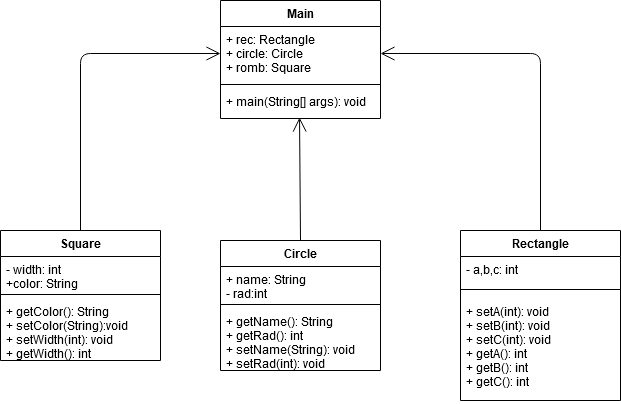
Earlier version of the draw.io export src/com/company/UML.png (Vadimochek/JavaPract). Source tidied: cells renumbered, new cells last; positions are measured from the earlier drawing's top-left corner, leaving out a move shared by most shapes. The source it was exported from:
```xml
<mxGraphModel>
  <root>
    <mxCell id="0" />
    <mxCell id="1" parent="0" />
    <mxCell id="2" value="Square" style="swimlane;fontStyle=1;align=center;verticalAlign=top;horizontal=1;startSize=26;" parent="1" vertex="1">
      <mxGeometry y="230" width="160" height="130" as="geometry" />
    </mxCell>
    <mxCell id="3" value="- width: int&#10;+color: String&#10;" style="text;strokeColor=none;fillColor=none;align=left;verticalAlign=top;spacingLeft=4;spacingRight=4;overflow=hidden;" parent="2" vertex="1">
      <mxGeometry y="26" width="160" height="34" as="geometry" />
    </mxCell>
    <mxCell id="4" style="line;strokeWidth=1;fillColor=none;align=left;verticalAlign=middle;spacingTop=-1;spacingLeft=3;spacingRight=3;labelPosition=right;" parent="2" vertex="1">
      <mxGeometry y="60" width="160" height="8" as="geometry" />
    </mxCell>
    <mxCell id="5" value="+ getColor(): String&#10;+ setColor(String):void&#10;+ setWidth(int): void&#10;+ getWidth(): int&#10;" style="text;strokeColor=none;fillColor=none;align=left;verticalAlign=top;spacingLeft=4;spacingRight=4;overflow=hidden;points=[[0,0.5],[1,0.5]];portConstraint=eastwest;" parent="2" vertex="1">
      <mxGeometry y="68" width="160" height="62" as="geometry" />
    </mxCell>
    <mxCell id="6" value="Rectangle" style="swimlane;fontStyle=1;align=center;verticalAlign=top;horizontal=1;startSize=26;" parent="1" vertex="1">
      <mxGeometry x="460" y="230" width="160" height="170" as="geometry" />
    </mxCell>
    <mxCell id="7" value="- a,b,c: int" style="text;strokeColor=none;fillColor=none;align=left;verticalAlign=top;spacingLeft=4;spacingRight=4;overflow=hidden;" parent="6" vertex="1">
      <mxGeometry y="26" width="160" height="24" as="geometry" />
    </mxCell>
    <mxCell id="8" style="line;strokeWidth=1;fillColor=none;align=left;verticalAlign=middle;spacingTop=-1;spacingLeft=3;spacingRight=3;labelPosition=right;" parent="6" vertex="1">
      <mxGeometry y="50" width="160" height="18" as="geometry" />
    </mxCell>
    <mxCell id="9" value="+ setA(int): void&#10;+ setB(int): void&#10;+ setC(int): void&#10;+ getA(): int&#10;+ getB(): int&#10;+ getC(): int" style="text;strokeColor=none;fillColor=none;align=left;verticalAlign=top;spacingLeft=4;spacingRight=4;overflow=hidden;" parent="6" vertex="1">
      <mxGeometry y="68" width="160" height="102" as="geometry" />
    </mxCell>
    <mxCell id="10" value="Main" style="swimlane;fontStyle=1;align=center;verticalAlign=top;horizontal=1;startSize=26;" parent="1" vertex="1">
      <mxGeometry x="220" width="160" height="118" as="geometry" />
    </mxCell>
    <mxCell id="11" value="+ rec: Rectangle&#10;+ circle: Circle&#10;+ romb: Square&#10;" style="text;strokeColor=none;fillColor=none;align=left;verticalAlign=top;spacingLeft=4;spacingRight=4;overflow=hidden;points=[[0,0.5],[1,0.5]];portConstraint=eastwest;" parent="10" vertex="1">
      <mxGeometry y="26" width="160" height="54" as="geometry" />
    </mxCell>
    <mxCell id="12" style="line;strokeWidth=1;fillColor=none;align=left;verticalAlign=middle;spacingTop=-1;spacingLeft=3;spacingRight=3;labelPosition=right;" parent="10" vertex="1">
      <mxGeometry y="80" width="160" height="8" as="geometry" />
    </mxCell>
    <mxCell id="13" value="+ main(String[] args): void" style="text;strokeColor=none;fillColor=none;align=left;verticalAlign=top;spacingLeft=4;spacingRight=4;overflow=hidden;points=[[0,0.5],[1,0.5]];portConstraint=eastwest;" parent="10" vertex="1">
      <mxGeometry y="88" width="160" height="30" as="geometry" />
    </mxCell>
    <mxCell id="14" value="Circle" style="swimlane;fontStyle=1;align=center;verticalAlign=top;horizontal=1;startSize=26;" parent="1" vertex="1">
      <mxGeometry x="220" y="240" width="160" height="130" as="geometry" />
    </mxCell>
    <mxCell id="15" value="+ name: String&#10;- rad:int&#10;" style="text;strokeColor=none;fillColor=none;align=left;verticalAlign=top;spacingLeft=4;spacingRight=4;overflow=hidden;" parent="14" vertex="1">
      <mxGeometry y="26" width="160" height="34" as="geometry" />
    </mxCell>
    <mxCell id="16" style="line;strokeWidth=1;fillColor=none;align=left;verticalAlign=middle;spacingTop=-1;spacingLeft=3;spacingRight=3;labelPosition=right;" parent="14" vertex="1">
      <mxGeometry y="60" width="160" height="8" as="geometry" />
    </mxCell>
    <mxCell id="17" value="+ getName(): String&#10;+ getRad(): int&#10;+ setName(String): void&#10;+ setRad(int): void&#10;" style="text;strokeColor=none;fillColor=none;align=left;verticalAlign=top;spacingLeft=4;spacingRight=4;overflow=hidden;points=[[0,0.5],[1,0.5]];portConstraint=eastwest;" parent="14" vertex="1">
      <mxGeometry y="68" width="160" height="62" as="geometry" />
    </mxCell>
    <mxCell id="18" style="endArrow=open;endFill=1;endSize=12;html=1;entryX=0.494;entryY=0.967;entryDx=0;entryDy=0;entryPerimeter=0;exitX=0.5;exitY=0;exitDx=0;exitDy=0;" parent="1" edge="1" source="14" target="13">
      <mxGeometry relative="1" as="geometry" />
    </mxCell>
    <mxCell id="19" style="endArrow=open;endFill=1;endSize=12;html=1;entryX=1;entryY=0.5;entryDx=0;entryDy=0;exitX=0.5;exitY=0;exitDx=0;exitDy=0;" parent="1" edge="1" source="6" target="11">
      <mxGeometry relative="1" as="geometry">
        <Array as="points">
          <mxPoint x="540" y="53" />
        </Array>
      </mxGeometry>
    </mxCell>
    <mxCell id="20" style="endArrow=open;endFill=1;endSize=12;html=1;entryX=0;entryY=0.5;entryDx=0;entryDy=0;exitX=0.5;exitY=0;exitDx=0;exitDy=0;" parent="1" edge="1" source="2" target="11">
      <mxGeometry relative="1" as="geometry">
        <Array as="points">
          <mxPoint x="80" y="53" />
        </Array>
      </mxGeometry>
    </mxCell>
  </root>
</mxGraphModel>
```
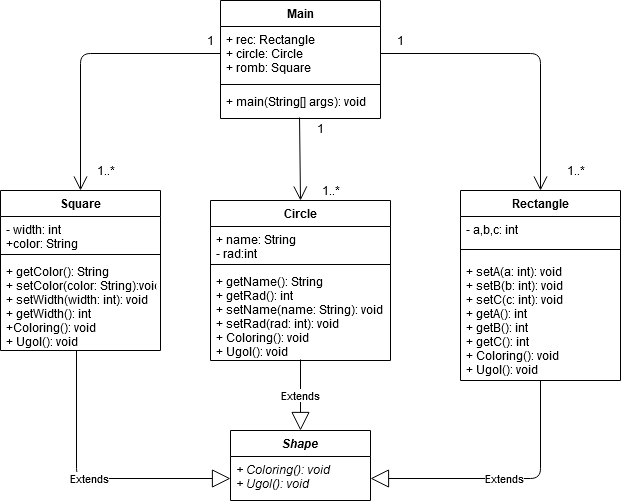
After the change.

The edit, as a diff of the source:
```diff
@@ -2,8 +2,54 @@
   <root>
     <mxCell id="0" />
     <mxCell id="1" parent="0" />
+    <mxCell id="10" value="Main" style="swimlane;fontStyle=1;align=center;verticalAlign=top;horizontal=1;startSize=26;" parent="1" vertex="1">
+      <mxGeometry x="220" width="160" height="118" as="geometry" />
+    </mxCell>
+    <mxCell id="11" value="+ rec: Rectangle&#10;+ circle: Circle&#10;+ romb: Square&#10;" style="text;strokeColor=none;fillColor=none;align=left;verticalAlign=top;spacingLeft=4;spacingRight=4;overflow=hidden;points=[[0,0.5],[1,0.5]];portConstraint=eastwest;" parent="10" vertex="1">
+      <mxGeometry y="26" width="160" height="54" as="geometry" />
+    </mxCell>
+    <mxCell id="12" style="line;strokeWidth=1;fillColor=none;align=left;verticalAlign=middle;spacingTop=-1;spacingLeft=3;spacingRight=3;labelPosition=right;" parent="10" vertex="1">
+      <mxGeometry y="80" width="160" height="8" as="geometry" />
+    </mxCell>
+    <mxCell id="13" value="+ main(String[] args): void" style="text;strokeColor=none;fillColor=none;align=left;verticalAlign=top;spacingLeft=4;spacingRight=4;overflow=hidden;points=[[0,0.5],[1,0.5]];portConstraint=eastwest;" parent="10" vertex="1">
+      <mxGeometry y="88" width="160" height="30" as="geometry" />
+    </mxCell>
+    <mxCell id="18" style="endArrow=open;endFill=1;endSize=12;html=1;entryX=0.5;entryY=0;entryDx=0;entryDy=0;exitX=0.494;exitY=0.967;exitDx=0;exitDy=0;exitPerimeter=0;" parent="1" edge="1" source="13" target="14">
+      <mxGeometry relative="1" as="geometry" />
+    </mxCell>
+    <mxCell id="19" style="endArrow=open;endFill=1;endSize=12;html=1;entryX=0.5;entryY=0;entryDx=0;entryDy=0;exitX=1;exitY=0.5;exitDx=0;exitDy=0;" parent="1" edge="1" source="11" target="6">
+      <mxGeometry relative="1" as="geometry">
+        <Array as="points">
+          <mxPoint x="540" y="53" />
+        </Array>
+      </mxGeometry>
+    </mxCell>
+    <mxCell id="20" style="endArrow=open;endFill=1;endSize=12;html=1;entryX=0.5;entryY=0;entryDx=0;entryDy=0;exitX=0;exitY=0.5;exitDx=0;exitDy=0;" parent="1" edge="1" source="11" target="2">
+      <mxGeometry relative="1" as="geometry">
+        <Array as="points">
+          <mxPoint x="80" y="53" />
+        </Array>
+      </mxGeometry>
+    </mxCell>
+    <mxCell id="21" value="Extends" style="endArrow=block;endSize=16;endFill=0;html=1;entryX=0;entryY=0.5;entryDx=0;entryDy=0;exitX=0.475;exitY=1;exitDx=0;exitDy=0;exitPerimeter=0;" parent="1" edge="1" source="5" target="25">
+      <mxGeometry relative="1" as="geometry">
+        <Array as="points">
+          <mxPoint x="76" y="478" />
+        </Array>
+      </mxGeometry>
+    </mxCell>
+    <mxCell id="22" value="Extends" style="endArrow=block;endSize=16;endFill=0;html=1;entryX=1;entryY=0.5;entryDx=0;entryDy=0;exitX=0.5;exitY=1;exitDx=0;exitDy=0;" parent="1" edge="1" source="6" target="25">
+      <mxGeometry relative="1" as="geometry">
+        <Array as="points">
+          <mxPoint x="540" y="478" />
+        </Array>
+      </mxGeometry>
+    </mxCell>
+    <mxCell id="23" value="Extends" style="endArrow=block;endSize=16;endFill=0;html=1;entryX=0.5;entryY=0;entryDx=0;entryDy=0;exitX=0.5;exitY=0.989;exitDx=0;exitDy=0;exitPerimeter=0;" parent="1" edge="1" source="17" target="24">
+      <mxGeometry relative="1" as="geometry" />
+    </mxCell>
     <mxCell id="2" value="Square" style="swimlane;fontStyle=1;align=center;verticalAlign=top;horizontal=1;startSize=26;" parent="1" vertex="1">
-      <mxGeometry y="230" width="160" height="130" as="geometry" />
+      <mxGeometry y="190" width="160" height="160" as="geometry" />
     </mxCell>
     <mxCell id="3" value="- width: int&#10;+color: String&#10;" style="text;strokeColor=none;fillColor=none;align=left;verticalAlign=top;spacingLeft=4;spacingRight=4;overflow=hidden;" parent="2" vertex="1">
       <mxGeometry y="26" width="160" height="34" as="geometry" />
@@ -11,11 +57,11 @@
     <mxCell id="4" style="line;strokeWidth=1;fillColor=none;align=left;verticalAlign=middle;spacingTop=-1;spacingLeft=3;spacingRight=3;labelPosition=right;" parent="2" vertex="1">
       <mxGeometry y="60" width="160" height="8" as="geometry" />
     </mxCell>
-    <mxCell id="5" value="+ getColor(): String&#10;+ setColor(String):void&#10;+ setWidth(int): void&#10;+ getWidth(): int&#10;" style="text;strokeColor=none;fillColor=none;align=left;verticalAlign=top;spacingLeft=4;spacingRight=4;overflow=hidden;points=[[0,0.5],[1,0.5]];portConstraint=eastwest;" parent="2" vertex="1">
-      <mxGeometry y="68" width="160" height="62" as="geometry" />
+    <mxCell id="5" value="+ getColor(): String&#10;+ setColor(color: String):void&#10;+ setWidth(width: int): void&#10;+ getWidth(): int&#10;+Coloring(): void&#10;+ Ugol(): void" style="text;strokeColor=none;fillColor=none;align=left;verticalAlign=top;spacingLeft=4;spacingRight=4;overflow=hidden;points=[[0,0.5],[1,0.5]];portConstraint=eastwest;" parent="2" vertex="1">
+      <mxGeometry y="68" width="160" height="92" as="geometry" />
     </mxCell>
     <mxCell id="6" value="Rectangle" style="swimlane;fontStyle=1;align=center;verticalAlign=top;horizontal=1;startSize=26;" parent="1" vertex="1">
-      <mxGeometry x="460" y="230" width="160" height="170" as="geometry" />
+      <mxGeometry x="460" y="190" width="160" height="190" as="geometry" />
     </mxCell>
     <mxCell id="7" value="- a,b,c: int" style="text;strokeColor=none;fillColor=none;align=left;verticalAlign=top;spacingLeft=4;spacingRight=4;overflow=hidden;" parent="6" vertex="1">
       <mxGeometry y="26" width="160" height="24" as="geometry" />
@@ -23,49 +69,44 @@
     <mxCell id="8" style="line;strokeWidth=1;fillColor=none;align=left;verticalAlign=middle;spacingTop=-1;spacingLeft=3;spacingRight=3;labelPosition=right;" parent="6" vertex="1">
       <mxGeometry y="50" width="160" height="18" as="geometry" />
     </mxCell>
-    <mxCell id="9" value="+ setA(int): void&#10;+ setB(int): void&#10;+ setC(int): void&#10;+ getA(): int&#10;+ getB(): int&#10;+ getC(): int" style="text;strokeColor=none;fillColor=none;align=left;verticalAlign=top;spacingLeft=4;spacingRight=4;overflow=hidden;" parent="6" vertex="1">
-      <mxGeometry y="68" width="160" height="102" as="geometry" />
+    <mxCell id="9" value="+ setA(a: int): void&#10;+ setB(b: int): void&#10;+ setC(c: int): void&#10;+ getA(): int&#10;+ getB(): int&#10;+ getC(): int&#10;+ Coloring(): void&#10;+ Ugol(): void" style="text;strokeColor=none;fillColor=none;align=left;verticalAlign=top;spacingLeft=4;spacingRight=4;overflow=hidden;" parent="6" vertex="1">
+      <mxGeometry y="68" width="160" height="122" as="geometry" />
     </mxCell>
-    <mxCell id="10" value="Main" style="swimlane;fontStyle=1;align=center;verticalAlign=top;horizontal=1;startSize=26;" parent="1" vertex="1">
-      <mxGeometry x="220" width="160" height="118" as="geometry" />
-    </mxCell>
-    <mxCell id="11" value="+ rec: Rectangle&#10;+ circle: Circle&#10;+ romb: Square&#10;" style="text;strokeColor=none;fillColor=none;align=left;verticalAlign=top;spacingLeft=4;spacingRight=4;overflow=hidden;points=[[0,0.5],[1,0.5]];portConstraint=eastwest;" parent="10" vertex="1">
-      <mxGeometry y="26" width="160" height="54" as="geometry" />
-    </mxCell>
-    <mxCell id="12" style="line;strokeWidth=1;fillColor=none;align=left;verticalAlign=middle;spacingTop=-1;spacingLeft=3;spacingRight=3;labelPosition=right;" parent="10" vertex="1">
-      <mxGeometry y="80" width="160" height="8" as="geometry" />
-    </mxCell>
-    <mxCell id="13" value="+ main(String[] args): void" style="text;strokeColor=none;fillColor=none;align=left;verticalAlign=top;spacingLeft=4;spacingRight=4;overflow=hidden;points=[[0,0.5],[1,0.5]];portConstraint=eastwest;" parent="10" vertex="1">
-      <mxGeometry y="88" width="160" height="30" as="geometry" />
-    </mxCell>
     <mxCell id="14" value="Circle" style="swimlane;fontStyle=1;align=center;verticalAlign=top;horizontal=1;startSize=26;" parent="1" vertex="1">
-      <mxGeometry x="220" y="240" width="160" height="130" as="geometry" />
+      <mxGeometry x="210" y="200" width="180" height="160" as="geometry" />
     </mxCell>
     <mxCell id="15" value="+ name: String&#10;- rad:int&#10;" style="text;strokeColor=none;fillColor=none;align=left;verticalAlign=top;spacingLeft=4;spacingRight=4;overflow=hidden;" parent="14" vertex="1">
-      <mxGeometry y="26" width="160" height="34" as="geometry" />
+      <mxGeometry y="26" width="180" height="34" as="geometry" />
     </mxCell>
     <mxCell id="16" style="line;strokeWidth=1;fillColor=none;align=left;verticalAlign=middle;spacingTop=-1;spacingLeft=3;spacingRight=3;labelPosition=right;" parent="14" vertex="1">
-      <mxGeometry y="60" width="160" height="8" as="geometry" />
+      <mxGeometry y="60" width="180" height="8" as="geometry" />
     </mxCell>
-    <mxCell id="17" value="+ getName(): String&#10;+ getRad(): int&#10;+ setName(String): void&#10;+ setRad(int): void&#10;" style="text;strokeColor=none;fillColor=none;align=left;verticalAlign=top;spacingLeft=4;spacingRight=4;overflow=hidden;points=[[0,0.5],[1,0.5]];portConstraint=eastwest;" parent="14" vertex="1">
-      <mxGeometry y="68" width="160" height="62" as="geometry" />
+    <mxCell id="17" value="+ getName(): String&#10;+ getRad(): int&#10;+ setName(name: String): void&#10;+ setRad(rad: int): void&#10;+ Coloring(): void&#10;+ Ugol(): void" style="text;strokeColor=none;fillColor=none;align=left;verticalAlign=top;spacingLeft=4;spacingRight=4;overflow=hidden;points=[[0,0.5],[1,0.5]];portConstraint=eastwest;" parent="14" vertex="1">
+      <mxGeometry y="68" width="180" height="92" as="geometry" />
     </mxCell>
-    <mxCell id="18" style="endArrow=open;endFill=1;endSize=12;html=1;entryX=0.494;entryY=0.967;entryDx=0;entryDy=0;entryPerimeter=0;exitX=0.5;exitY=0;exitDx=0;exitDy=0;" parent="1" edge="1" source="14" target="13">
-      <mxGeometry relative="1" as="geometry" />
-    </mxCell>
-    <mxCell id="19" style="endArrow=open;endFill=1;endSize=12;html=1;entryX=1;entryY=0.5;entryDx=0;entryDy=0;exitX=0.5;exitY=0;exitDx=0;exitDy=0;" parent="1" edge="1" source="6" target="11">
-      <mxGeometry relative="1" as="geometry">
-        <Array as="points">
-          <mxPoint x="540" y="53" />
-        </Array>
-      </mxGeometry>
-    </mxCell>
-    <mxCell id="20" style="endArrow=open;endFill=1;endSize=12;html=1;entryX=0;entryY=0.5;entryDx=0;entryDy=0;exitX=0.5;exitY=0;exitDx=0;exitDy=0;" parent="1" edge="1" source="2" target="11">
-      <mxGeometry relative="1" as="geometry">
-        <Array as="points">
-          <mxPoint x="80" y="53" />
-        </Array>
-      </mxGeometry>
-    </mxCell>
+    <mxCell id="24" value="Shape" style="swimlane;fontStyle=3;horizontal=1;startSize=26;fillColor=none;" parent="1" vertex="1">
+      <mxGeometry x="230" y="430" width="140" height="70" as="geometry" />
+    </mxCell>
+    <mxCell id="25" value="+ Coloring(): void&#10;+ Ugol(): void&#10;" style="text;strokeColor=none;fillColor=none;align=left;verticalAlign=top;spacingLeft=4;spacingRight=4;overflow=hidden;points=[[0,0.5],[1,0.5]];portConstraint=eastwest;fontStyle=2;" parent="24" vertex="1">
+      <mxGeometry y="26" width="140" height="44" as="geometry" />
+    </mxCell>
+    <mxCell id="26" value="1" style="text;html=1;align=center;verticalAlign=middle;" parent="1" vertex="1">
+      <mxGeometry x="310" y="118" width="20" height="20" as="geometry" />
+    </mxCell>
+    <mxCell id="27" value="1" style="text;html=1;align=center;verticalAlign=middle;" parent="1" vertex="1">
+      <mxGeometry x="200" y="30" width="20" height="20" as="geometry" />
+    </mxCell>
+    <mxCell id="28" value="1" style="text;html=1;align=center;verticalAlign=middle;" parent="1" vertex="1">
+      <mxGeometry x="390" y="30" width="20" height="20" as="geometry" />
+    </mxCell>
+    <mxCell id="29" value="1..*" style="text;html=1;align=center;verticalAlign=middle;" parent="1" vertex="1">
+      <mxGeometry x="90" y="160" width="30" height="20" as="geometry" />
+    </mxCell>
+    <mxCell id="30" value="1..*" style="text;html=1;align=center;verticalAlign=middle;" parent="1" vertex="1">
+      <mxGeometry x="560" y="160" width="30" height="20" as="geometry" />
+    </mxCell>
+    <mxCell id="31" value="1..*" style="text;html=1;align=center;verticalAlign=middle;" parent="1" vertex="1">
+      <mxGeometry x="315" y="180" width="30" height="20" as="geometry" />
+    </mxCell>
   </root>
 </mxGraphModel>
```
